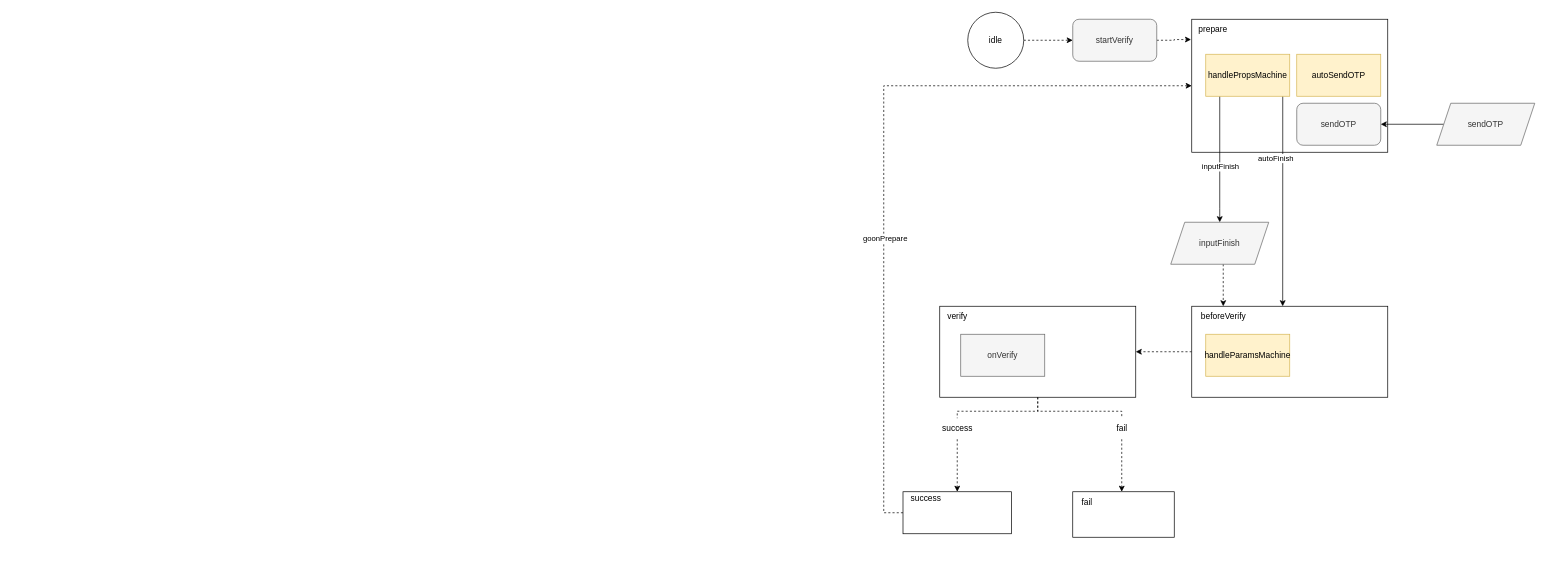
RexYao97/sfrex keeps this draw.io diagram as useVerify/状态机.drawio. Above is the earlier version. Source tidied: cells renumbered, new cells numbered last; positions are measured from the earlier drawing's top-left corner, leaving out a move shared by most shapes. Both pictures are drawn from the tidied source at 70%, with x=0, y=0 at pixel (883, 12).
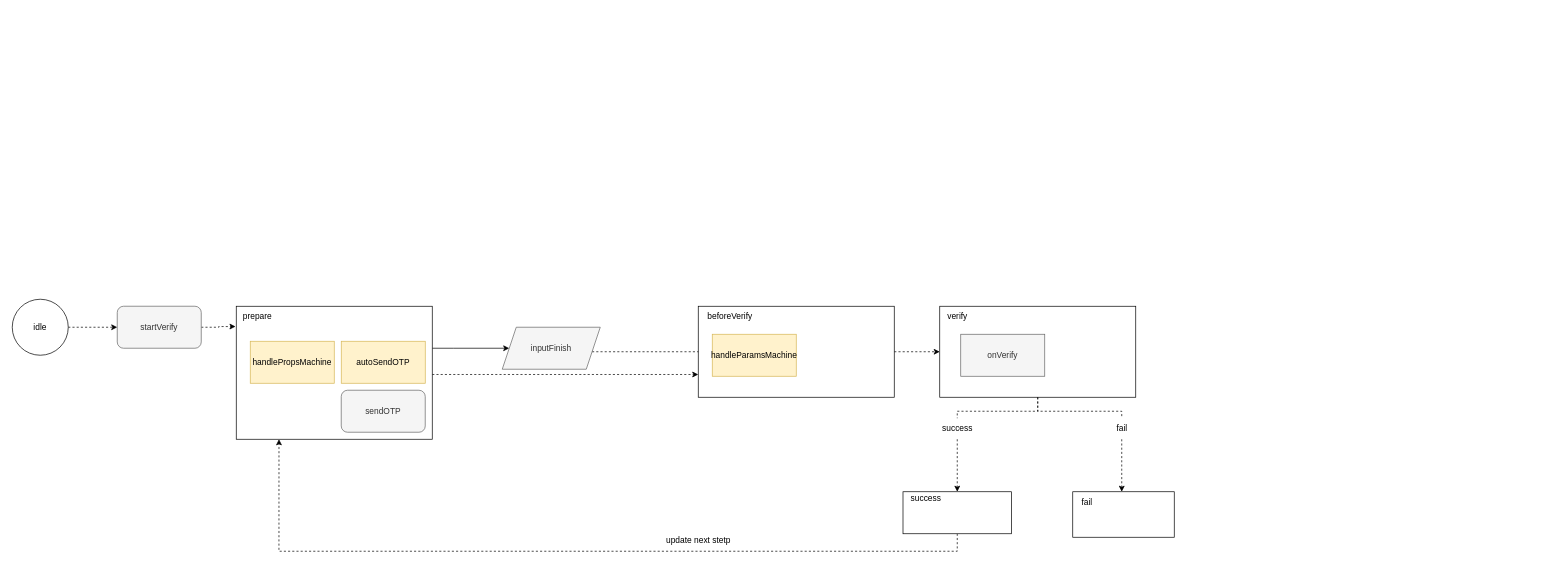
The same diagram, later.

Commit message:
更新状态机.drawio

Unchanged cells that the change refers to:
```xml
<mxCell id="30" style="rounded=0;whiteSpace=wrap;html=1;" parent="1" vertex="1">
  <mxGeometry x="27.5" y="685" width="155" height="60" as="geometry" />
</mxCell>
```

Change to the diagram source:
```diff
@@
     <mxCell id="3" value="idle" style="ellipse;whiteSpace=wrap;html=1;" parent="1" vertex="1">
-      <mxGeometry x="120" width="80" height="80" as="geometry" />
+      <mxGeometry x="-1245" y="410" width="80" height="80" as="geometry" />
     </mxCell>
     <mxCell id="4" style="edgeStyle=orthogonalEdgeStyle;rounded=0;jettySize=auto;html=1;entryX=-0.017;entryY=0.967;entryDx=0;entryDy=0;entryPerimeter=0;dashed=1;" parent="1" edge="1" source="5" target="7">
       <mxGeometry relative="1" as="geometry">
         <Array as="points">
-          <mxPoint x="415" y="40" />
-          <mxPoint x="415" y="39" />
+          <mxPoint x="-950" y="450" />
+          <mxPoint x="-950" y="449" />
         </Array>
       </mxGeometry>
     </mxCell>
     <mxCell id="5" value="startVerify" style="rounded=1;whiteSpace=wrap;html=1;fillColor=#f5f5f5;fontColor=#333333;strokeColor=#666666;" parent="1" vertex="1">
-      <mxGeometry x="270" y="10" width="120" height="60" as="geometry" />
+      <mxGeometry x="-1095" y="420" width="120" height="60" as="geometry" />
     </mxCell>
+    <mxCell id="38" style="edgeStyle=orthogonalEdgeStyle;rounded=0;jettySize=auto;html=1;entryX=0;entryY=0.5;entryDx=0;entryDy=0;" parent="1" edge="1" source="6" target="22">
+      <mxGeometry relative="1" as="geometry">
+        <Array as="points">
+          <mxPoint x="-615" y="480" />
+          <mxPoint x="-615" y="480" />
+        </Array>
+      </mxGeometry>
+    </mxCell>
+    <mxCell id="39" style="edgeStyle=orthogonalEdgeStyle;rounded=0;jettySize=auto;html=1;entryX=0;entryY=0.75;entryDx=0;entryDy=0;dashed=1;" parent="1" edge="1" source="6" target="16">
+      <mxGeometry relative="1" as="geometry">
+        <Array as="points">
+          <mxPoint x="-275" y="518" />
+        </Array>
+      </mxGeometry>
+    </mxCell>
     <mxCell id="6" style="rounded=0;whiteSpace=wrap;html=1;" parent="1" vertex="1">
-      <mxGeometry x="440" y="10" width="280" height="190" as="geometry" />
+      <mxGeometry x="-925" y="420" width="280" height="190" as="geometry" />
     </mxCell>
     <mxCell id="7" value="prepare" style="text;html=1;align=center;verticalAlign=middle;points=[];strokeColor=none;fillColor=none;" parent="1" vertex="1">
-      <mxGeometry x="440" y="10" width="60" height="30" as="geometry" />
+      <mxGeometry x="-925" y="420" width="60" height="30" as="geometry" />
     </mxCell>
-    <mxCell id="8" style="edgeStyle=orthogonalEdgeStyle;rounded=0;jettySize=auto;html=1;entryX=0.464;entryY=0;entryDx=0;entryDy=0;entryPerimeter=0;" parent="1" edge="1" source="12" target="16">
-      <mxGeometry relative="1" as="geometry">
-        <Array as="points">
-          <mxPoint x="570" y="200" />
-          <mxPoint x="570" y="200" />
-        </Array>
-      </mxGeometry>
-    </mxCell>
-    <mxCell id="9" value="autoFinish" style="edgeLabel;html=1;align=center;verticalAlign=middle;" parent="8" vertex="1">
-      <mxGeometry x="-0.14" relative="1" as="geometry">
-        <mxPoint x="-10" y="-40" as="offset" />
-      </mxGeometry>
-    </mxCell>
-    <mxCell id="10" style="edgeStyle=orthogonalEdgeStyle;rounded=0;jettySize=auto;html=1;entryX=0.5;entryY=0;entryDx=0;entryDy=0;" parent="1" edge="1" source="12" target="22">
-      <mxGeometry relative="1" as="geometry">
-        <Array as="points">
-          <mxPoint x="480" y="280" />
-        </Array>
-      </mxGeometry>
-    </mxCell>
-    <mxCell id="11" value="inputFinish" style="edgeLabel;html=1;align=center;verticalAlign=middle;" parent="10" vertex="1">
-      <mxGeometry x="-0.21" y="-1" relative="1" as="geometry">
-        <mxPoint x="1" y="29" as="offset" />
-      </mxGeometry>
-    </mxCell>
     <mxCell id="12" value="handlePropsMachine" style="whiteSpace=wrap;html=1;fillColor=#fff2cc;strokeColor=#d6b656;" parent="1" vertex="1">
-      <mxGeometry x="460" y="60" width="120" height="60" as="geometry" />
+      <mxGeometry x="-905" y="470" width="120" height="60" as="geometry" />
     </mxCell>
     <mxCell id="13" value="autoSendOTP" style="whiteSpace=wrap;html=1;fillColor=#fff2cc;strokeColor=#d6b656;" parent="1" vertex="1">
-      <mxGeometry x="590" y="60" width="120" height="60" as="geometry" />
+      <mxGeometry x="-775" y="470" width="120" height="60" as="geometry" />
     </mxCell>
     <mxCell id="14" value="sendOTP" style="rounded=1;whiteSpace=wrap;html=1;fillColor=#f5f5f5;fontColor=#333333;strokeColor=#666666;" parent="1" vertex="1">
-      <mxGeometry x="590" y="130" width="120" height="60" as="geometry" />
+      <mxGeometry x="-775" y="540" width="120" height="60" as="geometry" />
     </mxCell>
@@
-    <mxCell id="16" style="rounded=0;whiteSpace=wrap;html=1;" parent="1" vertex="1">
-      <mxGeometry x="440" y="420" width="280" height="130" as="geometry" />
-    </mxCell>
-    <mxCell id="17" value="beforeVerify" style="text;html=1;align=center;verticalAlign=middle;points=[];strokeColor=none;fillColor=none;" parent="1" vertex="1">
-      <mxGeometry x="440" y="420" width="90" height="30" as="geometry" />
-    </mxCell>
-    <mxCell id="18" value="handleParamsMachine" style="whiteSpace=wrap;html=1;fillColor=#fff2cc;strokeColor=#d6b656;" parent="1" vertex="1">
-      <mxGeometry x="460" y="460" width="120" height="60" as="geometry" />
-    </mxCell>
-    <mxCell id="19" style="edgeStyle=orthogonalEdgeStyle;rounded=0;jettySize=auto;html=1;" parent="1" edge="1" source="20" target="14">
-      <mxGeometry relative="1" as="geometry" />
-    </mxCell>
-    <mxCell id="20" value="sendOTP" style="shape=parallelogram;perimeter=parallelogramPerimeter;whiteSpace=wrap;html=1;fixedSize=1;fontFamily=Helvetica;fontSize=12;fontColor=#333333;align=center;strokeColor=#666666;fillColor=#f5f5f5;" parent="1" vertex="1">
-      <mxGeometry x="790" y="130" width="140" height="60" as="geometry" />
-    </mxCell>
     <mxCell id="21" style="edgeStyle=orthogonalEdgeStyle;rounded=0;jettySize=auto;html=1;dashed=1;" parent="1" edge="1" source="22" target="17">
       <mxGeometry relative="1" as="geometry">
         <Array as="points">
-          <mxPoint x="485" y="380" />
-          <mxPoint x="485" y="380" />
+          <mxPoint x="-365" y="485" />
+          <mxPoint x="-365" y="485" />
         </Array>
       </mxGeometry>
     </mxCell>
     <mxCell id="22" value="inputFinish" style="shape=parallelogram;perimeter=parallelogramPerimeter;whiteSpace=wrap;html=1;fixedSize=1;fontFamily=Helvetica;fontSize=12;fontColor=#333333;align=center;strokeColor=#666666;fillColor=#f5f5f5;" parent="1" vertex="1">
-      <mxGeometry x="410" y="300" width="140" height="60" as="geometry" />
+      <mxGeometry x="-545" y="450" width="140" height="60" as="geometry" />
     </mxCell>
@@
-    <mxCell id="28" style="edgeStyle=orthogonalEdgeStyle;rounded=0;jettySize=auto;html=1;dashed=1;entryX=0;entryY=0.5;entryDx=0;entryDy=0;" parent="1" edge="1" source="30" target="6">
+    <mxCell id="28" style="edgeStyle=orthogonalEdgeStyle;rounded=0;jettySize=auto;html=1;dashed=1;entryX=0.218;entryY=1;entryDx=0;entryDy=0;entryPerimeter=0;" parent="1" edge="1" source="30" target="6">
       <mxGeometry relative="1" as="geometry">
         <Array as="points">
-          <mxPoint y="715" />
-          <mxPoint y="105" />
+          <mxPoint x="105" y="770" />
+          <mxPoint x="-864" y="770" />
         </Array>
       </mxGeometry>
     </mxCell>
-    <mxCell id="29" value="goonPrepare" style="edgeLabel;html=1;align=center;verticalAlign=middle;" parent="28" vertex="1">
-      <mxGeometry x="-0.22" y="-1" relative="1" as="geometry" />
-    </mxCell>
@@
+    <mxCell id="40" style="group;" parent="1" vertex="1">
+      <mxGeometry x="-265" y="420" width="280" height="130" as="geometry" />
+    </mxCell>
+    <mxCell id="16" style="rounded=0;whiteSpace=wrap;html=1;" parent="40" vertex="1">
+      <mxGeometry width="280" height="130" as="geometry" />
+    </mxCell>
+    <mxCell id="17" value="beforeVerify" style="text;html=1;align=center;verticalAlign=middle;points=[];strokeColor=none;fillColor=none;" parent="40" vertex="1">
+      <mxGeometry width="90" height="30" as="geometry" />
+    </mxCell>
+    <mxCell id="18" value="handleParamsMachine" style="whiteSpace=wrap;html=1;fillColor=#fff2cc;strokeColor=#d6b656;" parent="40" vertex="1">
+      <mxGeometry x="20" y="40" width="120" height="60" as="geometry" />
+    </mxCell>
+    <mxCell id="41" value="update next stetp" style="text;html=1;align=center;verticalAlign=middle;strokeColor=none;fillColor=none;" parent="1" vertex="1">
+      <mxGeometry x="-325" y="740" width="120" height="30" as="geometry" />
+    </mxCell>
```
